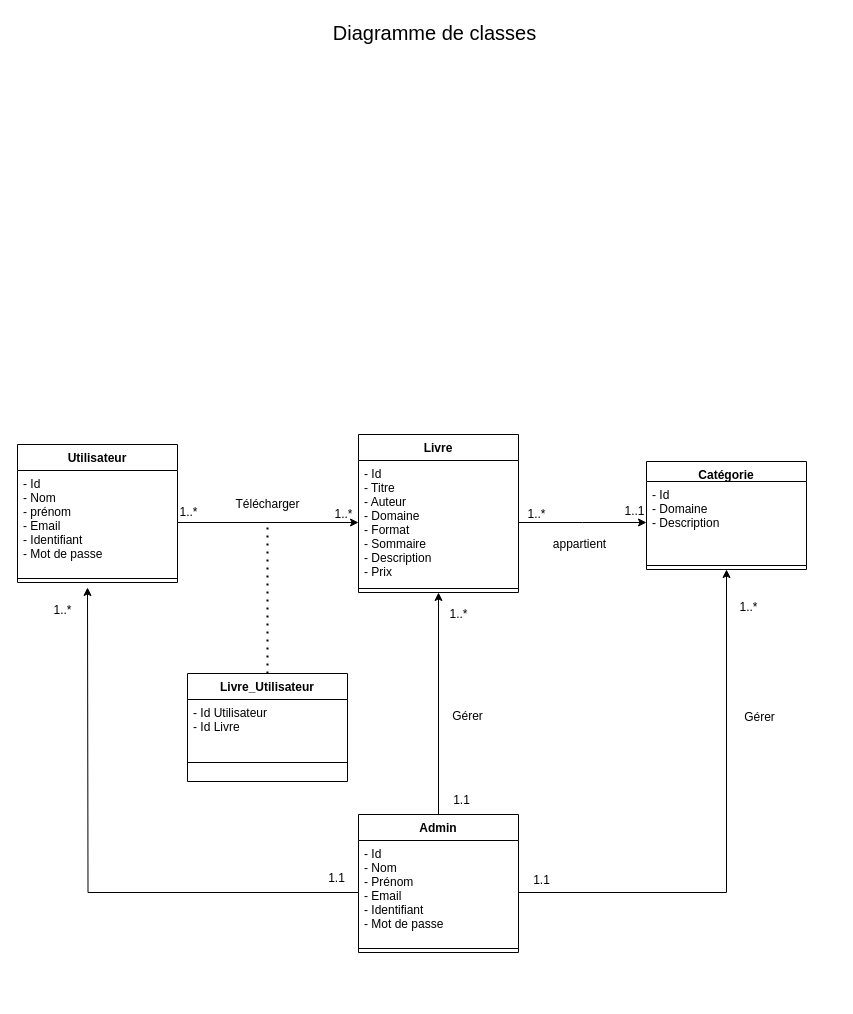
Before: page "Diagramme de classe" (7 of 18) of Untitled Diagram.drawio in keidy001/virtual-biblio, a draw.io diagram. Source tidied: cells renumbered, new cells numbered last; positions are measured from the earlier drawing's top-left corner, leaving out a move shared by most shapes. Both pictures are drawn from the tidied source at 100%, with x=0, y=0 at pixel (17, 17).
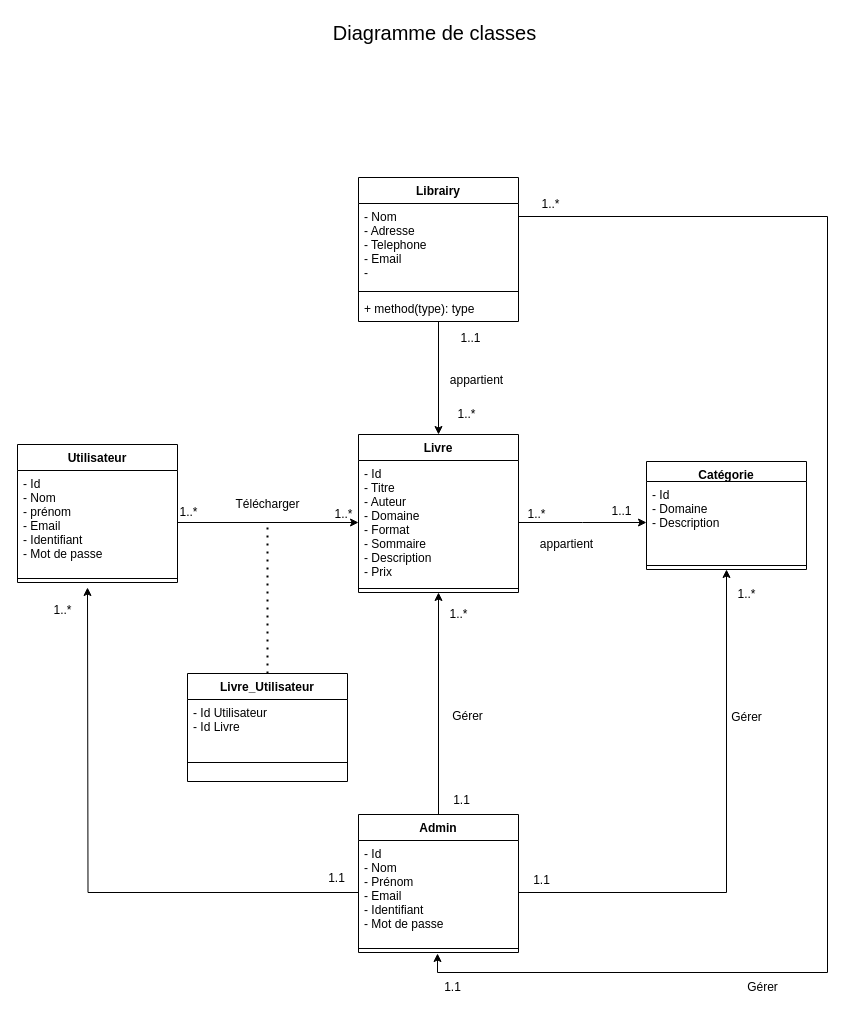
Above is the later version.

Unchanged cells that the change refers to:
```xml
<mxCell id="5" style="line;strokeWidth=1;fillColor=none;align=left;verticalAlign=middle;spacingTop=-1;spacingLeft=3;spacingRight=3;labelPosition=right;points=[];portConstraint=eastwest;" parent="3" vertex="1">
  <mxGeometry y="130" width="160" height="8" as="geometry" />
</mxCell>
<mxCell id="9" value="Livre" style="swimlane;fontStyle=1;align=center;verticalAlign=top;horizontal=1;startSize=26;fillColor=default;gradientColor=none;" parent="1" vertex="1">
  <mxGeometry x="341" y="417" width="160" height="158" as="geometry" />
</mxCell>
```

Diff of the diagram source:
```diff
@@
     <mxCell id="24" value="1..1" style="text;html=1;align=center;verticalAlign=middle;strokeColor=none;fillColor=none;" parent="1" vertex="1">
-      <mxGeometry x="597" y="484" width="40" height="20" as="geometry" />
+      <mxGeometry x="584" y="484" width="40" height="20" as="geometry" />
     </mxCell>
     <mxCell id="25" value="appartient" style="text;html=1;align=center;verticalAlign=middle;strokeColor=none;fillColor=none;" parent="1" vertex="1">
-      <mxGeometry x="527" y="517" width="70" height="20" as="geometry" />
+      <mxGeometry x="514" y="517" width="70" height="20" as="geometry" />
     </mxCell>
@@
     <mxCell id="33" value="1..*" style="text;html=1;align=center;verticalAlign=middle;strokeColor=none;fillColor=none;" parent="1" vertex="1">
-      <mxGeometry x="716" y="580" width="30" height="20" as="geometry" />
+      <mxGeometry x="714" y="567" width="30" height="20" as="geometry" />
     </mxCell>
     <mxCell id="34" value="Gérer" style="text;html=1;align=center;verticalAlign=middle;strokeColor=none;fillColor=none;" parent="1" vertex="1">
-      <mxGeometry x="717" y="690" width="50" height="20" as="geometry" />
+      <mxGeometry x="704" y="690" width="50" height="20" as="geometry" />
     </mxCell>
@@
+    <mxCell id="38" style="edgeStyle=orthogonalEdgeStyle;rounded=0;jettySize=auto;html=1;entryX=0.5;entryY=0;entryDx=0;entryDy=0;" parent="1" edge="1" source="39" target="9">
+      <mxGeometry relative="1" as="geometry" />
+    </mxCell>
+    <mxCell id="39" value="Librairy" style="swimlane;fontStyle=1;align=center;verticalAlign=top;horizontal=1;startSize=26;" parent="1" vertex="1">
+      <mxGeometry x="341" y="160" width="160" height="144" as="geometry" />
+    </mxCell>
+    <mxCell id="40" value="- Nom&#10;- Adresse&#10;- Telephone&#10;- Email&#10;-" style="text;strokeColor=none;fillColor=none;align=left;verticalAlign=top;spacingLeft=4;spacingRight=4;overflow=hidden;points=[[0,0.5],[1,0.5]];portConstraint=eastwest;" parent="39" vertex="1">
+      <mxGeometry y="26" width="160" height="84" as="geometry" />
+    </mxCell>
+    <mxCell id="41" style="line;strokeWidth=1;fillColor=none;align=left;verticalAlign=middle;spacingTop=-1;spacingLeft=3;spacingRight=3;labelPosition=right;" parent="39" vertex="1">
+      <mxGeometry y="110" width="160" height="8" as="geometry" />
+    </mxCell>
+    <mxCell id="42" value="+ method(type): type" style="text;strokeColor=none;fillColor=none;align=left;verticalAlign=top;spacingLeft=4;spacingRight=4;overflow=hidden;" parent="39" vertex="1">
+      <mxGeometry y="118" width="160" height="26" as="geometry" />
+    </mxCell>
+    <mxCell id="43" value="appartient" style="text;html=1;align=center;verticalAlign=middle;strokeColor=none;fillColor=none;" parent="1" vertex="1">
+      <mxGeometry x="424" y="353" width="70" height="20" as="geometry" />
+    </mxCell>
+    <mxCell id="44" value="1..*" style="text;html=1;align=center;verticalAlign=middle;strokeColor=none;fillColor=none;" parent="1" vertex="1">
+      <mxGeometry x="434" y="387" width="30" height="20" as="geometry" />
+    </mxCell>
+    <mxCell id="45" value="1..1" style="text;html=1;align=center;verticalAlign=middle;strokeColor=none;fillColor=none;" parent="1" vertex="1">
+      <mxGeometry x="433" y="311" width="40" height="20" as="geometry" />
+    </mxCell>
+    <mxCell id="46" style="edgeStyle=orthogonalEdgeStyle;rounded=0;jettySize=auto;html=1;entryX=0.494;entryY=1.125;entryDx=0;entryDy=0;entryPerimeter=0;" parent="1" edge="1" source="40" target="5">
+      <mxGeometry relative="1" as="geometry">
+        <Array as="points">
+          <mxPoint x="810" y="199" />
+          <mxPoint x="810" y="955" />
+          <mxPoint x="420" y="955" />
+        </Array>
+      </mxGeometry>
+    </mxCell>
+    <mxCell id="47" value="1..*" style="text;html=1;align=center;verticalAlign=middle;strokeColor=none;fillColor=none;" parent="1" vertex="1">
+      <mxGeometry x="518" y="177" width="30" height="20" as="geometry" />
+    </mxCell>
+    <mxCell id="48" value="1.1" style="text;html=1;align=center;verticalAlign=middle;strokeColor=none;fillColor=none;" parent="1" vertex="1">
+      <mxGeometry x="420" y="960" width="30" height="20" as="geometry" />
+    </mxCell>
+    <mxCell id="49" value="Gérer" style="text;html=1;align=center;verticalAlign=middle;strokeColor=none;fillColor=none;" parent="1" vertex="1">
+      <mxGeometry x="720" y="960" width="50" height="20" as="geometry" />
+    </mxCell>
```
